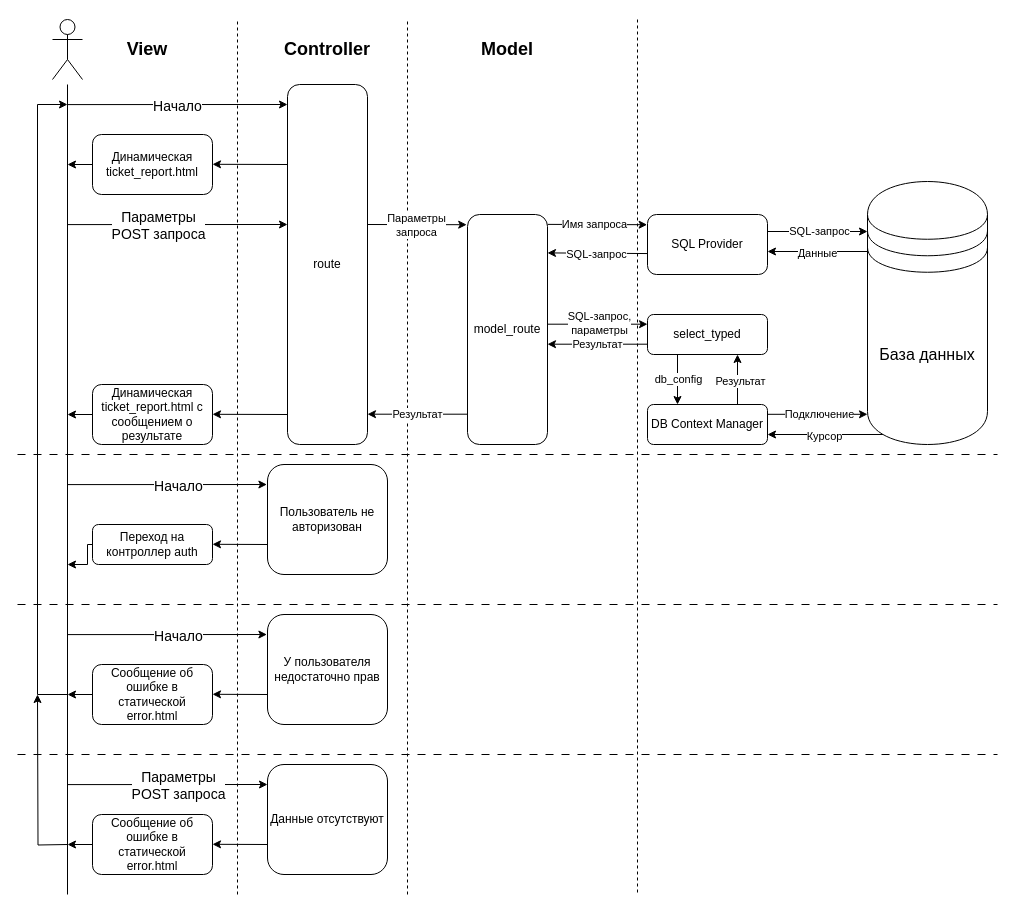
Earlier version of the draw.io diagram docs/diagrams/report_add.drawio (gubnik/bmstu-absolute-cinema). Source tidied: cells renumbered, new cells numbered last; positions are measured from the earlier drawing's top-left corner, leaving out a move shared by most shapes. Both pictures are drawn from the tidied source at 100%, with x=0, y=0 at pixel (17, 17).
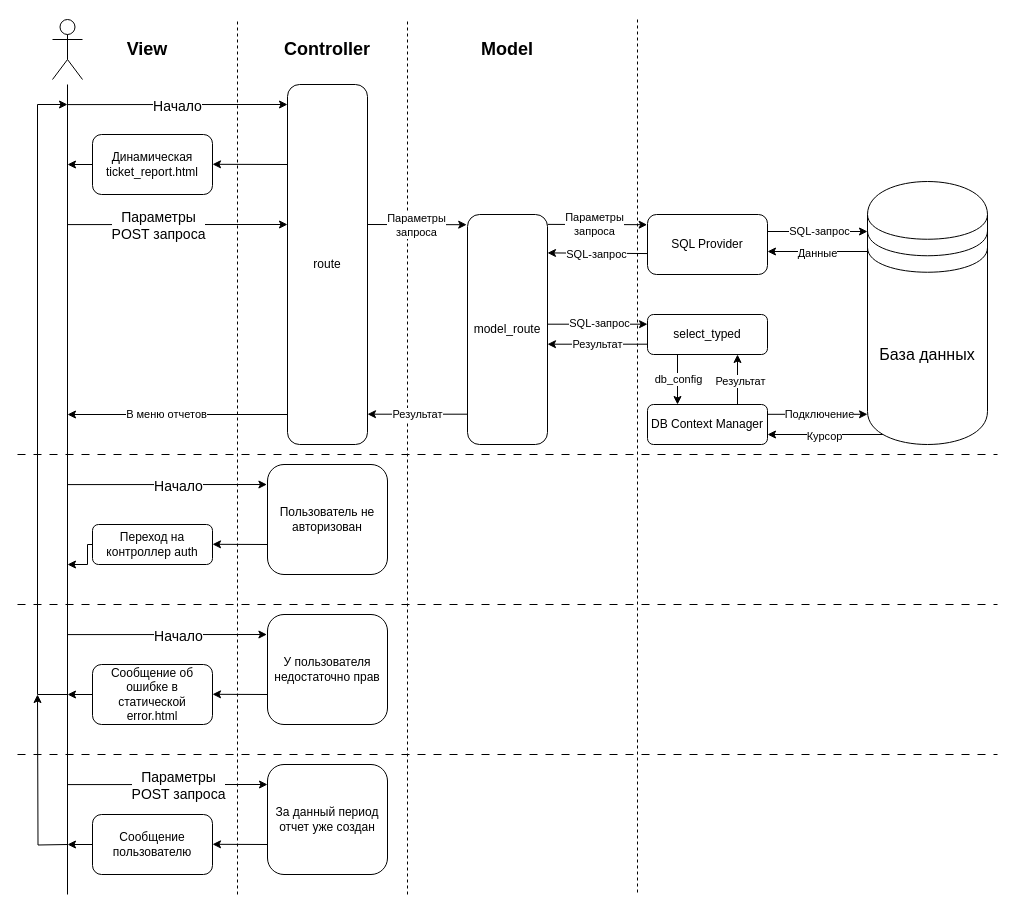
The same page after the edit.

The change refers to these unchanged cells:
```xml
<mxCell id="17" style="endArrow=classic;html=1;rounded=0;exitX=1.002;exitY=0.043;exitDx=0;exitDy=0;exitPerimeter=0;entryX=-0.003;entryY=0.17;entryDx=0;entryDy=0;entryPerimeter=0;" parent="1" edge="1" source="11" target="16">
  <mxGeometry relative="1" as="geometry" />
</mxCell>
<mxCell id="22" style="endArrow=classic;html=1;rounded=0;exitX=0;exitY=0.75;exitDx=0;exitDy=0;entryX=1;entryY=0.167;entryDx=0;entryDy=0;entryPerimeter=0;" parent="1" edge="1">
  <mxGeometry relative="1" as="geometry">
    <mxPoint x="530" y="306.7" as="sourcePoint" />
    <mxPoint x="630" y="306.7" as="targetPoint" />
  </mxGeometry>
</mxCell>
```

Diff of the diagram source:
```diff
@@
-    <mxCell id="18" value="Имя запроса" style="edgeLabel;html=1;align=center;verticalAlign=middle;" parent="17" vertex="1">
+    <mxCell id="18" value="Параметры&lt;div&gt;запроса&lt;/div&gt;" style="edgeLabel;html=1;align=center;verticalAlign=middle;" parent="17" vertex="1">
       <mxGeometry x="-0.37" y="-2" relative="1" as="geometry">
         <mxPoint x="15" y="-2" as="offset" />
       </mxGeometry>
     </mxCell>
@@
-    <mxCell id="23" value="SQL-запрос,&lt;div&gt;параметры&lt;/div&gt;" style="edgeLabel;html=1;align=center;verticalAlign=middle;" parent="22" vertex="1">
+    <mxCell id="23" value="SQL-запрос" style="edgeLabel;html=1;align=center;verticalAlign=middle;" parent="22" vertex="1">
       <mxGeometry x="0.09" y="1" relative="1" as="geometry">
         <mxPoint x="-4" as="offset" />
       </mxGeometry>
     </mxCell>
@@
-    <mxCell id="47" value="Динамическая ticket_report.html с сообщением о результате" style="rounded=1;whiteSpace=wrap;html=1;" parent="1" vertex="1">
-      <mxGeometry x="75" y="367" width="120" height="60" as="geometry" />
-    </mxCell>
     <mxCell id="48" style="endArrow=classic;html=1;rounded=0;" parent="1" edge="1">
       <mxGeometry relative="1" as="geometry">
         <mxPoint x="270" y="397" as="sourcePoint" />
-        <mxPoint x="195" y="396.8" as="targetPoint" />
+        <mxPoint x="50" y="397" as="targetPoint" />
       </mxGeometry>
     </mxCell>
-    <mxCell id="49" style="endArrow=classic;html=1;rounded=0;exitX=0;exitY=0.5;exitDx=0;exitDy=0;" parent="1" edge="1" source="47">
-      <mxGeometry relative="1" as="geometry">
-        <mxPoint x="50" y="397" as="targetPoint" />
-      </mxGeometry>
-    </mxCell>
+    <mxCell id="73" value="В меню отчетов" style="edgeLabel;html=1;align=center;verticalAlign=middle;" parent="48" vertex="1">
+      <mxGeometry x="0.11" y="-1" relative="1" as="geometry" />
+    </mxCell>
@@
-    <mxCell id="67" value="Данные отсутствуют" style="rounded=1;whiteSpace=wrap;html=1;" parent="1" vertex="1">
+    <mxCell id="67" value="За данный период отчет уже создан" style="rounded=1;whiteSpace=wrap;html=1;" parent="1" vertex="1">
       <mxGeometry x="250" y="747" width="120" height="110" as="geometry" />
     </mxCell>
-    <mxCell id="68" value="Сообщение об ошибке в статической error.html" style="rounded=1;whiteSpace=wrap;html=1;" parent="1" vertex="1">
+    <mxCell id="68" value="Сообщение пользователю" style="rounded=1;whiteSpace=wrap;html=1;" parent="1" vertex="1">
       <mxGeometry x="75" y="797" width="120" height="60" as="geometry" />
     </mxCell>
```
